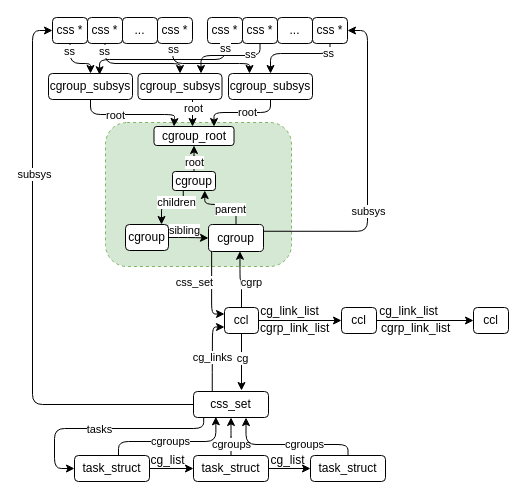
Above: cgroup.drawio in jasonactions/graph (draw.io), before the change. Source tidied: cells renumbered, new cells numbered last; positions are measured from the earlier drawing's top-left corner, leaving out a move shared by most shapes. Both pictures are drawn from the tidied source at 100%, with x=0, y=0 at pixel (48, 17).
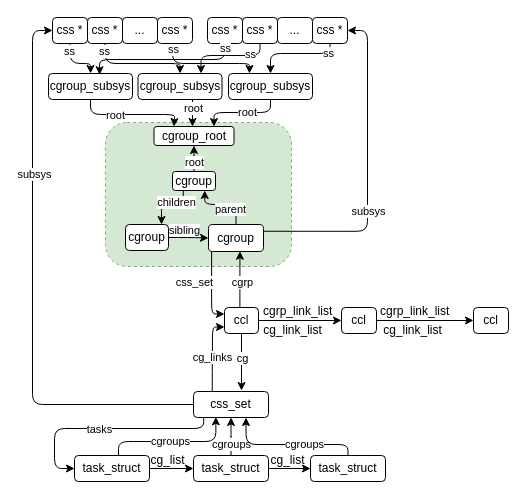
Above is the later version.

Unchanged cells that the change refers to:
```xml
<mxCell id="38" value="cgroup" style="rounded=1;whiteSpace=wrap;html=1;" parent="1" vertex="1">
  <mxGeometry x="160" y="207" width="55" height="27" as="geometry" />
</mxCell>
<mxCell id="60" value="ccl" style="rounded=1;whiteSpace=wrap;html=1;" parent="1" vertex="1">
  <mxGeometry x="176" y="290" width="34" height="26" as="geometry" />
</mxCell>
```

Diff of the diagram source:
```diff
@@
-    <mxCell id="58" style="edgeStyle=orthogonalEdgeStyle;rounded=1;jettySize=auto;html=1;entryX=0.572;entryY=0.991;entryDx=0;entryDy=0;entryPerimeter=0;" parent="1" edge="1" source="60" target="38">
+    <mxCell id="58" style="edgeStyle=orthogonalEdgeStyle;rounded=1;jettySize=auto;html=1;entryX=0.572;entryY=0.991;entryDx=0;entryDy=0;entryPerimeter=0;exitX=0.453;exitY=-0.015;exitDx=0;exitDy=0;exitPerimeter=0;" parent="1" edge="1" source="60" target="38">
       <mxGeometry relative="1" as="geometry" />
     </mxCell>
     <mxCell id="59" value="cgrp" style="edgeLabel;html=1;align=center;verticalAlign=middle;" parent="58" vertex="1">
       <mxGeometry x="-0.11" relative="1" as="geometry">
-        <mxPoint x="9" as="offset" />
+        <mxPoint x="2" as="offset" />
       </mxGeometry>
     </mxCell>
@@
     <mxCell id="64" value="cg_link_list" style="text;html=1;align=center;verticalAlign=middle;strokeColor=none;fillColor=none;rounded=1;" parent="1" vertex="1">
-      <mxGeometry x="202" y="281" width="77" height="26" as="geometry" />
+      <mxGeometry x="205" y="300" width="77" height="26" as="geometry" />
     </mxCell>
     <mxCell id="65" value="cg_link_list" style="text;html=1;align=center;verticalAlign=middle;strokeColor=none;fillColor=none;rounded=1;" parent="1" vertex="1">
-      <mxGeometry x="321" y="281" width="77" height="26" as="geometry" />
+      <mxGeometry x="325" y="300" width="77" height="26" as="geometry" />
     </mxCell>
     <mxCell id="66" value="cgrp_link_list" style="text;whiteSpace=wrap;rounded=1;" parent="1" vertex="1">
-      <mxGeometry x="210" y="297" width="72" height="24" as="geometry" />
+      <mxGeometry x="213" y="280" width="72" height="24" as="geometry" />
     </mxCell>
     <mxCell id="67" value="cgrp_link_list" style="text;whiteSpace=wrap;rounded=1;" parent="1" vertex="1">
-      <mxGeometry x="331" y="297" width="74" height="24" as="geometry" />
+      <mxGeometry x="330" y="280" width="74" height="24" as="geometry" />
     </mxCell>
```
